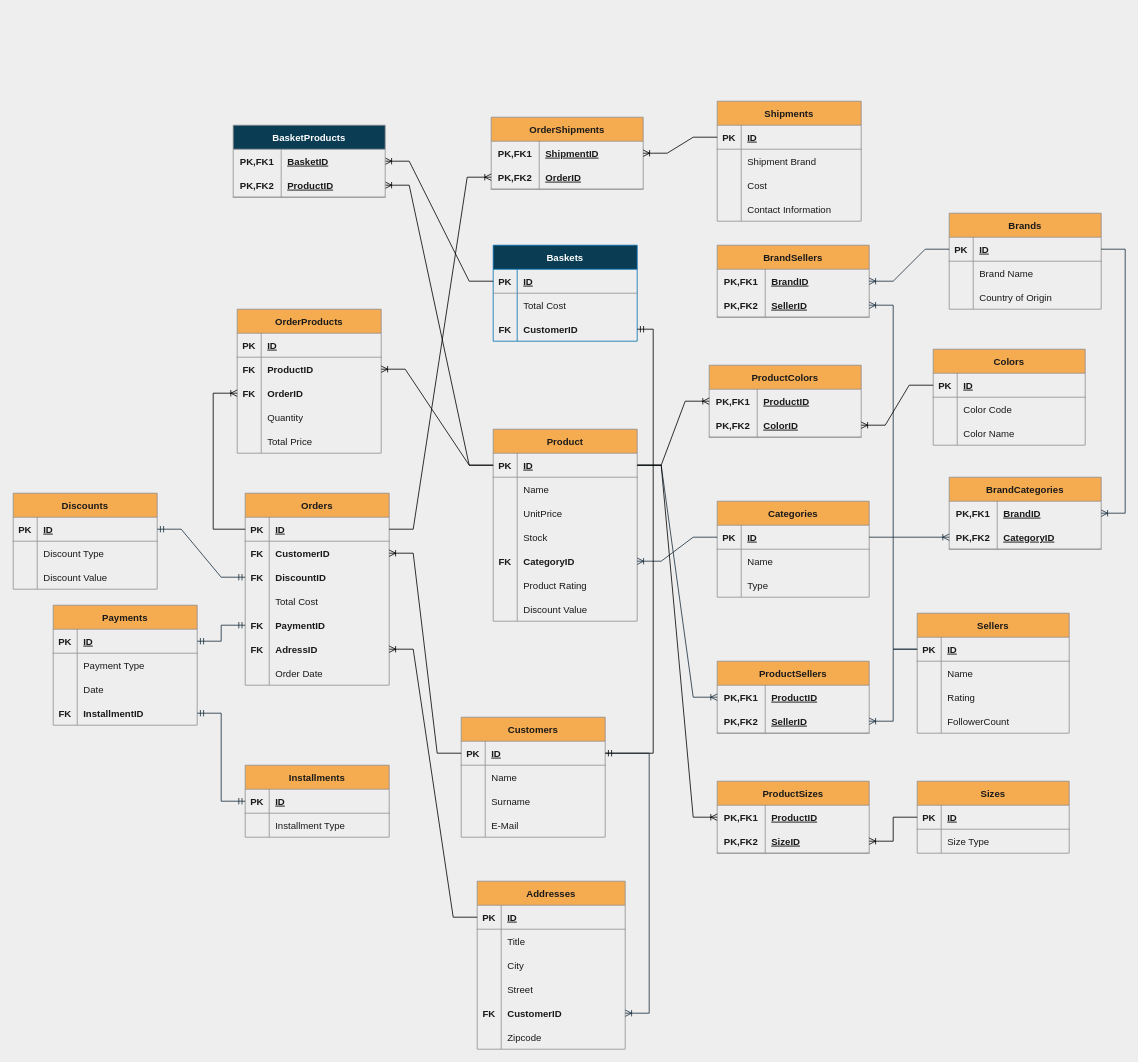
Above: page "Page-1" (1 of 2) of Pair4_ERdiagram.drawio in GGBebe/SQL (draw.io), before the change. Source tidied: cells renumbered, new cells numbered last; positions are measured from the earlier drawing's top-left corner, leaving out a move shared by most shapes. Both pictures are drawn from the tidied source at 80%, with x=0, y=0 at pixel (13, 101).
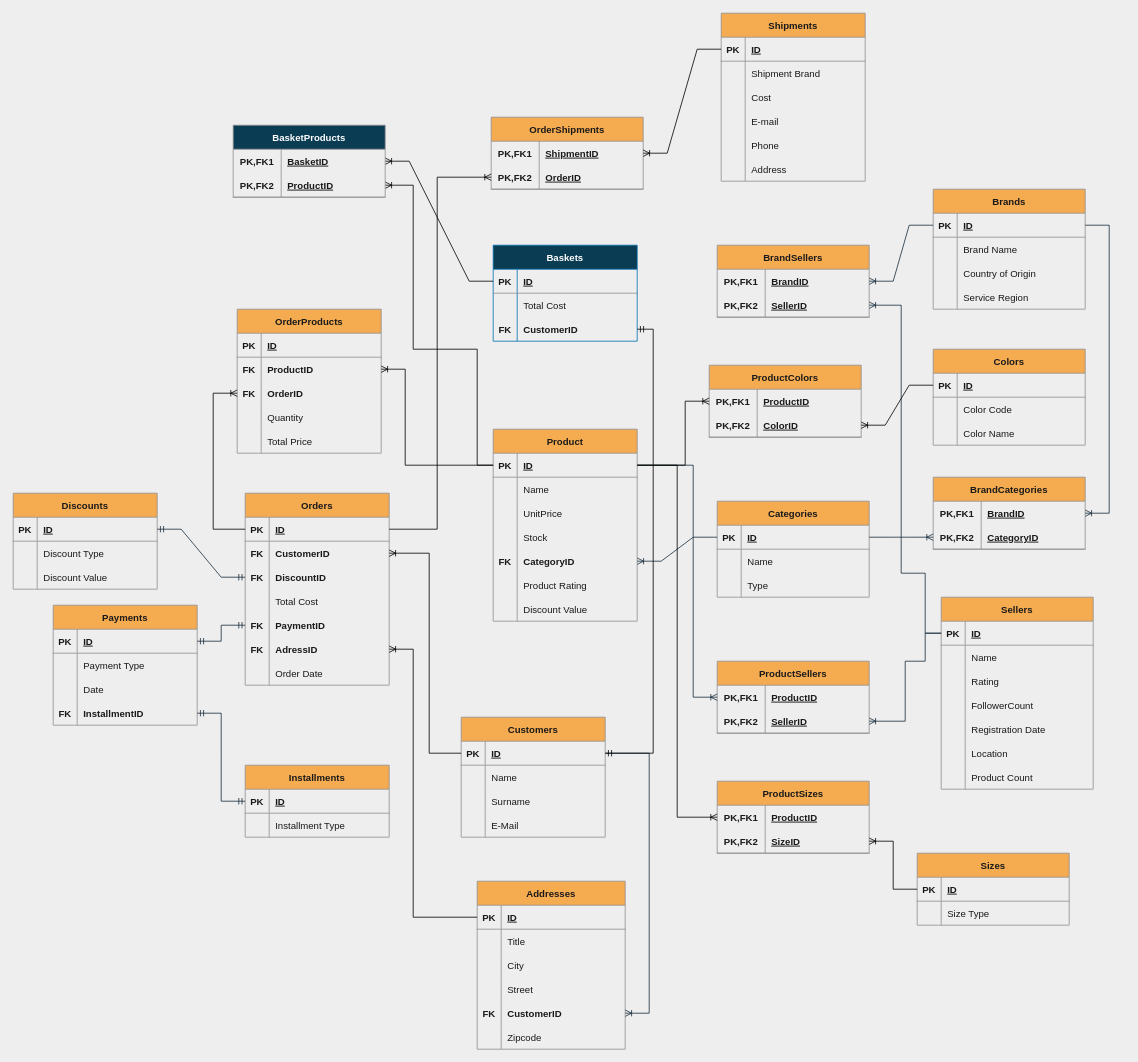
The same page after the edit.

Unchanged cells that the change refers to:
```xml
<mxCell id="3" style="shape=tableRow;horizontal=0;startSize=0;swimlaneHead=0;swimlaneBody=0;fillColor=none;points=[[0,0.5],[1,0.5]];portConstraint=eastwest;top=0;left=0;right=0;bottom=1;strokeColor=#909090;fontColor=#1A1A1A;" parent="2" vertex="1">
  <mxGeometry y="30" width="180" height="30" as="geometry" />
</mxCell>
<mxCell id="36" style="shape=tableRow;horizontal=0;startSize=0;swimlaneHead=0;swimlaneBody=0;fillColor=none;points=[[0,0.5],[1,0.5]];portConstraint=eastwest;top=0;left=0;right=0;bottom=1;strokeColor=#909090;fontColor=#1A1A1A;" parent="35" vertex="1">
  <mxGeometry y="30" width="180" height="30" as="geometry" />
</mxCell>
<mxCell id="49" style="shape=tableRow;horizontal=0;startSize=0;swimlaneHead=0;swimlaneBody=0;fillColor=none;points=[[0,0.5],[1,0.5]];portConstraint=eastwest;top=0;left=0;right=0;bottom=1;strokeColor=#909090;fontColor=#1A1A1A;" parent="48" vertex="1">
  <mxGeometry y="30" width="185" height="30" as="geometry" />
</mxCell>
<mxCell id="68" style="shape=tableRow;horizontal=0;startSize=0;swimlaneHead=0;swimlaneBody=0;fillColor=none;points=[[0,0.5],[1,0.5]];portConstraint=eastwest;top=0;left=0;right=0;bottom=0;strokeColor=#909090;fontColor=#1A1A1A;" parent="67" vertex="1">
  <mxGeometry y="30" width="190" height="30" as="geometry" />
</mxCell>
<mxCell id="71" style="shape=tableRow;horizontal=0;startSize=0;swimlaneHead=0;swimlaneBody=0;fillColor=none;points=[[0,0.5],[1,0.5]];portConstraint=eastwest;top=0;left=0;right=0;bottom=1;strokeColor=#909090;fontColor=#1A1A1A;" parent="67" vertex="1">
  <mxGeometry y="60" width="190" height="30" as="geometry" />
</mxCell>
<mxCell id="76" style="shape=tableRow;horizontal=0;startSize=0;swimlaneHead=0;swimlaneBody=0;fillColor=none;points=[[0,0.5],[1,0.5]];portConstraint=eastwest;top=0;left=0;right=0;bottom=1;strokeColor=#909090;fontColor=#1A1A1A;" parent="75" vertex="1">
  <mxGeometry y="30" width="190" height="30" as="geometry" />
</mxCell>
<mxCell id="101" style="shape=tableRow;horizontal=0;startSize=0;swimlaneHead=0;swimlaneBody=0;fillColor=none;points=[[0,0.5],[1,0.5]];portConstraint=eastwest;top=0;left=0;right=0;bottom=1;strokeColor=#909090;fontColor=#1A1A1A;" parent="100" vertex="1">
  <mxGeometry y="30" width="190" height="30" as="geometry" />
</mxCell>
<mxCell id="111" style="shape=tableRow;horizontal=0;startSize=0;swimlaneHead=0;swimlaneBody=0;fillColor=none;points=[[0,0.5],[1,0.5]];portConstraint=eastwest;top=0;left=0;right=0;bottom=0;strokeColor=#909090;fontColor=#1A1A1A;" parent="110" vertex="1">
  <mxGeometry y="30" width="190" height="30" as="geometry" />
</mxCell>
<mxCell id="123" style="shape=tableRow;horizontal=0;startSize=0;swimlaneHead=0;swimlaneBody=0;fillColor=none;points=[[0,0.5],[1,0.5]];portConstraint=eastwest;top=0;left=0;right=0;bottom=1;strokeColor=#909090;fontColor=#1A1A1A;" parent="119" vertex="1">
  <mxGeometry y="60" width="190" height="30" as="geometry" />
</mxCell>
<mxCell id="138" style="shape=tableRow;horizontal=0;startSize=0;swimlaneHead=0;swimlaneBody=0;fillColor=none;top=0;left=0;right=0;bottom=0;strokeColor=#909090;fontColor=#1A1A1A;" parent="128" vertex="1">
  <mxGeometry y="120" width="180" height="30" as="geometry" />
</mxCell>
<mxCell id="142" style="shape=tableRow;horizontal=0;startSize=0;swimlaneHead=0;swimlaneBody=0;fillColor=none;points=[[0,0.5],[1,0.5]];portConstraint=eastwest;top=0;left=0;right=0;bottom=1;strokeColor=#909090;fontColor=#1A1A1A;" parent="141" vertex="1">
  <mxGeometry y="30" width="180" height="30" as="geometry" />
</mxCell>
<mxCell id="145" style="shape=tableRow;horizontal=0;startSize=0;swimlaneHead=0;swimlaneBody=0;fillColor=none;points=[[0,0.5],[1,0.5]];portConstraint=eastwest;top=0;left=0;right=0;bottom=0;strokeColor=#909090;fontColor=#1A1A1A;" parent="141" vertex="1">
  <mxGeometry y="60" width="180" height="30" as="geometry" />
</mxCell>
<mxCell id="157" style="shape=tableRow;horizontal=0;startSize=0;swimlaneHead=0;swimlaneBody=0;fillColor=none;points=[[0,0.5],[1,0.5]];portConstraint=eastwest;top=0;left=0;right=0;bottom=0;strokeColor=#909090;fontColor=#1A1A1A;" parent="141" vertex="1">
  <mxGeometry y="180" width="180" height="30" as="geometry" />
</mxCell>
<mxCell id="201" style="shape=tableRow;horizontal=0;startSize=0;swimlaneHead=0;swimlaneBody=0;fillColor=none;points=[[0,0.5],[1,0.5]];portConstraint=eastwest;top=0;left=0;right=0;bottom=0;strokeColor=#909090;fontColor=#1A1A1A;" parent="197" vertex="1">
  <mxGeometry y="60" width="180" height="30" as="geometry" />
</mxCell>
<mxCell id="216" style="shape=tableRow;horizontal=0;startSize=0;swimlaneHead=0;swimlaneBody=0;fillColor=none;points=[[0,0.5],[1,0.5]];portConstraint=eastwest;top=0;left=0;right=0;bottom=0;strokeColor=#909090;fontColor=#1A1A1A;" parent="215" vertex="1">
  <mxGeometry y="30" width="190" height="30" as="geometry" />
</mxCell>
<mxCell id="232" style="shape=tableRow;horizontal=0;startSize=0;swimlaneHead=0;swimlaneBody=0;fillColor=none;points=[[0,0.5],[1,0.5]];portConstraint=eastwest;top=0;left=0;right=0;bottom=0;strokeColor=#909090;fontColor=#1A1A1A;" parent="231" vertex="1">
  <mxGeometry y="30" width="190" height="30" as="geometry" />
</mxCell>
<mxCell id="244" style="shape=tableRow;horizontal=0;startSize=0;swimlaneHead=0;swimlaneBody=0;fillColor=none;points=[[0,0.5],[1,0.5]];portConstraint=eastwest;top=0;left=0;right=0;bottom=1;strokeColor=#909090;fontColor=#1A1A1A;" parent="240" vertex="1">
  <mxGeometry y="60" width="190" height="30" as="geometry" />
</mxCell>
<mxCell id="267" style="shape=tableRow;horizontal=0;startSize=0;swimlaneHead=0;swimlaneBody=0;fillColor=none;points=[[0,0.5],[1,0.5]];portConstraint=eastwest;top=0;left=0;right=0;bottom=1;strokeColor=#909090;fontColor=#1A1A1A;" parent="263" vertex="1">
  <mxGeometry y="60" width="190" height="30" as="geometry" />
</mxCell>
```

What changed in the source:
```diff
@@
-    <mxCell id="74" style="edgeStyle=entityRelationEdgeStyle;fontSize=12;html=1;endArrow=ERoneToMany;rounded=0;entryX=0;entryY=0.5;entryDx=0;entryDy=0;exitX=1;exitY=0.5;exitDx=0;exitDy=0;labelBackgroundColor=#EEEEEE;strokeColor=#182E3E;fontColor=#1A1A1A;" parent="1" edge="1" source="3" target="68">
-      <mxGeometry relative="1" as="geometry" />
+    <mxCell id="74" style="edgeStyle=orthogonalEdgeStyle;fontSize=12;html=1;endArrow=ERoneToMany;rounded=0;entryX=0;entryY=0.5;entryDx=0;entryDy=0;exitX=1;exitY=0.5;exitDx=0;exitDy=0;labelBackgroundColor=#EEEEEE;strokeColor=#182E3E;fontColor=#1A1A1A;" parent="1" edge="1" source="3" target="68">
+      <mxGeometry relative="1" as="geometry">
+        <Array as="points">
+          <mxPoint x="850" y="455" />
+          <mxPoint x="850" y="745" />
+        </Array>
+      </mxGeometry>
     </mxCell>
     <mxCell id="75" value="Sellers" style="shape=table;startSize=30;childLayout=tableLayout;rowLines=0;fontStyle=1;align=center;fillColor=#F5AB50;strokeColor=#909090;fontColor=#1A1A1A;" parent="1" vertex="1">
-      <mxGeometry x="1130" y="640" width="190" height="150" as="geometry" />
+      <mxGeometry x="1160" y="620" width="190" height="240" as="geometry" />
     </mxCell>
@@
+    <mxCell id="270" style="shape=tableRow;horizontal=0;startSize=0;swimlaneHead=0;swimlaneBody=0;fillColor=none;top=0;left=0;right=0;bottom=0;strokeColor=#909090;fontColor=#1A1A1A;" parent="75" vertex="1">
+      <mxGeometry y="150" width="190" height="30" as="geometry" />
+    </mxCell>
+    <mxCell id="271" style="shape=partialRectangle;fillColor=none;top=0;left=0;bottom=0;right=0;overflow=hidden;strokeColor=#909090;fontColor=#1A1A1A;" parent="270" vertex="1">
+      <mxGeometry width="30" height="30" as="geometry" />
+    </mxCell>
+    <mxCell id="272" value="Registration Date" style="shape=partialRectangle;fillColor=none;top=0;left=0;bottom=0;right=0;align=left;spacingLeft=6;overflow=hidden;strokeColor=#909090;fontColor=#1A1A1A;" parent="270" vertex="1">
+      <mxGeometry x="30" width="160" height="30" as="geometry" />
+    </mxCell>
+    <mxCell id="273" style="shape=tableRow;horizontal=0;startSize=0;swimlaneHead=0;swimlaneBody=0;fillColor=none;top=0;left=0;right=0;bottom=0;strokeColor=#909090;fontColor=#1A1A1A;" parent="75" vertex="1">
+      <mxGeometry y="180" width="190" height="30" as="geometry" />
+    </mxCell>
+    <mxCell id="274" style="shape=partialRectangle;fillColor=none;top=0;left=0;bottom=0;right=0;overflow=hidden;strokeColor=#909090;fontColor=#1A1A1A;" parent="273" vertex="1">
+      <mxGeometry width="30" height="30" as="geometry" />
+    </mxCell>
+    <mxCell id="275" value="Location" style="shape=partialRectangle;fillColor=none;top=0;left=0;bottom=0;right=0;align=left;spacingLeft=6;overflow=hidden;strokeColor=#909090;fontColor=#1A1A1A;" parent="273" vertex="1">
+      <mxGeometry x="30" width="160" height="30" as="geometry" />
+    </mxCell>
+    <mxCell id="276" style="shape=tableRow;horizontal=0;startSize=0;swimlaneHead=0;swimlaneBody=0;fillColor=none;top=0;left=0;right=0;bottom=0;strokeColor=#909090;fontColor=#1A1A1A;" parent="75" vertex="1">
+      <mxGeometry y="210" width="190" height="30" as="geometry" />
+    </mxCell>
+    <mxCell id="277" style="shape=partialRectangle;fillColor=none;top=0;left=0;bottom=0;right=0;overflow=hidden;strokeColor=#909090;fontColor=#1A1A1A;" parent="276" vertex="1">
+      <mxGeometry width="30" height="30" as="geometry" />
+    </mxCell>
+    <mxCell id="278" value="Product Count" style="shape=partialRectangle;fillColor=none;top=0;left=0;bottom=0;right=0;align=left;spacingLeft=6;overflow=hidden;strokeColor=#909090;fontColor=#1A1A1A;" parent="276" vertex="1">
+      <mxGeometry x="30" width="160" height="30" as="geometry" />
+    </mxCell>
-    <mxCell id="88" style="edgeStyle=entityRelationEdgeStyle;fontSize=12;html=1;endArrow=ERoneToMany;rounded=0;entryX=1;entryY=0.5;entryDx=0;entryDy=0;labelBackgroundColor=#EEEEEE;strokeColor=#182E3E;fontColor=#1A1A1A;" parent="1" edge="1" source="76" target="71">
-      <mxGeometry relative="1" as="geometry" />
+    <mxCell id="88" style="edgeStyle=orthogonalEdgeStyle;fontSize=12;html=1;endArrow=ERoneToMany;rounded=0;entryX=1;entryY=0.5;entryDx=0;entryDy=0;labelBackgroundColor=#EEEEEE;strokeColor=#182E3E;fontColor=#1A1A1A;" parent="1" edge="1" source="76" target="71">
+      <mxGeometry relative="1" as="geometry">
+        <Array as="points">
+          <mxPoint x="1140" y="665" />
+          <mxPoint x="1140" y="700" />
+          <mxPoint x="1115" y="700" />
+          <mxPoint x="1115" y="775" />
+        </Array>
+      </mxGeometry>
     </mxCell>
@@
     <mxCell id="100" value="Brands" style="shape=table;startSize=30;childLayout=tableLayout;rowLines=0;fontStyle=1;align=center;fillColor=#F5AB50;strokeColor=#909090;fontColor=#1A1A1A;" parent="1" vertex="1">
-      <mxGeometry x="1170" y="140" width="190" height="120" as="geometry" />
+      <mxGeometry x="1150" y="110" width="190" height="150" as="geometry" />
     </mxCell>
@@
+    <mxCell id="279" style="shape=tableRow;horizontal=0;startSize=0;swimlaneHead=0;swimlaneBody=0;fillColor=none;top=0;left=0;right=0;bottom=0;strokeColor=#909090;fontColor=#1A1A1A;" parent="100" vertex="1">
+      <mxGeometry y="120" width="190" height="30" as="geometry" />
+    </mxCell>
+    <mxCell id="280" style="shape=partialRectangle;fillColor=none;top=0;left=0;bottom=0;right=0;overflow=hidden;strokeColor=#909090;fontColor=#1A1A1A;" parent="279" vertex="1">
+      <mxGeometry width="30" height="30" as="geometry" />
+    </mxCell>
+    <mxCell id="281" value="Service Region" style="shape=partialRectangle;fillColor=none;top=0;left=0;bottom=0;right=0;align=left;spacingLeft=6;overflow=hidden;strokeColor=#909090;fontColor=#1A1A1A;" parent="279" vertex="1">
+      <mxGeometry x="30" width="160" height="30" as="geometry" />
+    </mxCell>
     <mxCell id="110" value="BrandCategories" style="shape=table;startSize=30;childLayout=tableLayout;rowLines=0;fontStyle=1;align=center;fillColor=#F5AB50;strokeColor=#909090;fontColor=#1A1A1A;" parent="1" vertex="1">
-      <mxGeometry x="1170" y="470" width="190" height="90" as="geometry" />
+      <mxGeometry x="1150" y="470" width="190" height="90" as="geometry" />
     </mxCell>
@@
-    <mxCell id="117" style="edgeStyle=entityRelationEdgeStyle;fontSize=12;html=1;endArrow=ERoneToMany;rounded=0;exitX=1;exitY=0.5;exitDx=0;exitDy=0;entryX=1;entryY=0.5;entryDx=0;entryDy=0;labelBackgroundColor=#EEEEEE;strokeColor=#182E3E;fontColor=#1A1A1A;" parent="1" edge="1" source="101" target="111">
-      <mxGeometry relative="1" as="geometry" />
+    <mxCell id="117" style="edgeStyle=elbowEdgeStyle;fontSize=12;html=1;endArrow=ERoneToMany;rounded=0;exitX=1;exitY=0.5;exitDx=0;exitDy=0;entryX=1;entryY=0.5;entryDx=0;entryDy=0;labelBackgroundColor=#EEEEEE;strokeColor=#182E3E;fontColor=#1A1A1A;" parent="1" edge="1" source="101" target="111">
+      <mxGeometry relative="1" as="geometry">
+        <Array as="points">
+          <mxPoint x="1370" y="330" />
+        </Array>
+      </mxGeometry>
     </mxCell>
@@
-    <mxCell id="127" style="edgeStyle=entityRelationEdgeStyle;fontSize=12;html=1;endArrow=ERoneToMany;rounded=0;entryX=1;entryY=0.5;entryDx=0;entryDy=0;labelBackgroundColor=#EEEEEE;strokeColor=#182E3E;fontColor=#1A1A1A;" parent="1" edge="1" source="76" target="123">
-      <mxGeometry relative="1" as="geometry" />
+    <mxCell id="127" style="edgeStyle=orthogonalEdgeStyle;fontSize=12;html=1;endArrow=ERoneToMany;rounded=0;entryX=1;entryY=0.5;entryDx=0;entryDy=0;labelBackgroundColor=#EEEEEE;strokeColor=#182E3E;fontColor=#1A1A1A;" parent="1" edge="1" source="76" target="123">
+      <mxGeometry relative="1" as="geometry">
+        <Array as="points">
+          <mxPoint x="1140" y="665" />
+          <mxPoint x="1140" y="590" />
+          <mxPoint x="1110" y="590" />
+          <mxPoint x="1110" y="255" />
+        </Array>
+      </mxGeometry>
     </mxCell>
     <mxCell id="128" value="Shipments" style="shape=table;startSize=30;childLayout=tableLayout;rowLines=0;fontStyle=1;align=center;fillColor=#F5AB50;strokeColor=#909090;fontColor=#1A1A1A;" parent="1" vertex="1">
-      <mxGeometry x="880" width="180" height="150" as="geometry" />
+      <mxGeometry x="885" y="-110" width="180" height="210" as="geometry" />
     </mxCell>
@@
-    <mxCell id="140" value="Contact Information" style="shape=partialRectangle;fillColor=none;top=0;left=0;bottom=0;right=0;align=left;spacingLeft=6;overflow=hidden;strokeColor=#909090;fontColor=#1A1A1A;" parent="138" vertex="1">
+    <mxCell id="140" value="E-mail" style="shape=partialRectangle;fillColor=none;top=0;left=0;bottom=0;right=0;align=left;spacingLeft=6;overflow=hidden;strokeColor=#909090;fontColor=#1A1A1A;" parent="138" vertex="1">
       <mxGeometry x="30" width="150" height="30" as="geometry" />
     </mxCell>
+    <mxCell id="282" style="shape=tableRow;horizontal=0;startSize=0;swimlaneHead=0;swimlaneBody=0;fillColor=none;top=0;left=0;right=0;bottom=0;strokeColor=#909090;fontColor=#1A1A1A;" parent="128" vertex="1">
+      <mxGeometry y="150" width="180" height="30" as="geometry" />
+    </mxCell>
+    <mxCell id="283" style="shape=partialRectangle;fillColor=none;top=0;left=0;bottom=0;right=0;overflow=hidden;strokeColor=#909090;fontColor=#1A1A1A;" parent="282" vertex="1">
+      <mxGeometry width="30" height="30" as="geometry" />
+    </mxCell>
+    <mxCell id="284" value="Phone" style="shape=partialRectangle;fillColor=none;top=0;left=0;bottom=0;right=0;align=left;spacingLeft=6;overflow=hidden;strokeColor=#909090;fontColor=#1A1A1A;" parent="282" vertex="1">
+      <mxGeometry x="30" width="150" height="30" as="geometry" />
+    </mxCell>
+    <mxCell id="285" style="shape=tableRow;horizontal=0;startSize=0;swimlaneHead=0;swimlaneBody=0;fillColor=none;top=0;left=0;right=0;bottom=0;strokeColor=#909090;fontColor=#1A1A1A;" parent="128" vertex="1">
+      <mxGeometry y="180" width="180" height="30" as="geometry" />
+    </mxCell>
+    <mxCell id="286" style="shape=partialRectangle;fillColor=none;top=0;left=0;bottom=0;right=0;overflow=hidden;strokeColor=#909090;fontColor=#1A1A1A;" parent="285" vertex="1">
+      <mxGeometry width="30" height="30" as="geometry" />
+    </mxCell>
+    <mxCell id="287" value="Address" style="shape=partialRectangle;fillColor=none;top=0;left=0;bottom=0;right=0;align=left;spacingLeft=6;overflow=hidden;strokeColor=#909090;fontColor=#1A1A1A;" parent="285" vertex="1">
+      <mxGeometry x="30" width="150" height="30" as="geometry" />
+    </mxCell>
@@
-    <mxCell id="196" style="edgeStyle=entityRelationEdgeStyle;fontSize=12;html=1;endArrow=ERoneToMany;rounded=0;entryX=1;entryY=0.5;entryDx=0;entryDy=0;exitX=0;exitY=0.5;exitDx=0;exitDy=0;" parent="1" edge="1" source="36" target="145">
-      <mxGeometry relative="1" as="geometry" />
+    <mxCell id="196" style="edgeStyle=orthogonalEdgeStyle;fontSize=12;html=1;endArrow=ERoneToMany;rounded=0;entryX=1;entryY=0.5;entryDx=0;entryDy=0;exitX=0;exitY=0.5;exitDx=0;exitDy=0;" parent="1" edge="1" source="36" target="145">
+      <mxGeometry relative="1" as="geometry">
+        <Array as="points">
+          <mxPoint x="520" y="815" />
+          <mxPoint x="520" y="565" />
+        </Array>
+      </mxGeometry>
     </mxCell>
@@
-    <mxCell id="213" style="edgeStyle=entityRelationEdgeStyle;fontSize=12;html=1;endArrow=ERoneToMany;rounded=0;exitX=0;exitY=0.5;exitDx=0;exitDy=0;" parent="1" edge="1" source="49" target="157">
-      <mxGeometry relative="1" as="geometry" />
+    <mxCell id="213" style="edgeStyle=orthogonalEdgeStyle;fontSize=12;html=1;endArrow=ERoneToMany;rounded=0;exitX=0;exitY=0.5;exitDx=0;exitDy=0;" parent="1" edge="1" source="49" target="157">
+      <mxGeometry relative="1" as="geometry">
+        <Array as="points">
+          <mxPoint x="500" y="1020" />
+          <mxPoint x="500" y="685" />
+        </Array>
+      </mxGeometry>
     </mxCell>
-    <mxCell id="214" style="edgeStyle=entityRelationEdgeStyle;fontSize=12;html=1;endArrow=ERoneToMany;rounded=0;entryX=1;entryY=0.5;entryDx=0;entryDy=0;exitX=0;exitY=0.5;exitDx=0;exitDy=0;" parent="1" edge="1" source="3" target="201">
-      <mxGeometry relative="1" as="geometry" />
+    <mxCell id="214" style="edgeStyle=orthogonalEdgeStyle;fontSize=12;html=1;endArrow=ERoneToMany;rounded=0;entryX=1;entryY=0.5;entryDx=0;entryDy=0;exitX=0;exitY=0.5;exitDx=0;exitDy=0;" parent="1" edge="1" source="3" target="201">
+      <mxGeometry relative="1" as="geometry">
+        <Array as="points">
+          <mxPoint x="490" y="455" />
+          <mxPoint x="490" y="335" />
+        </Array>
+      </mxGeometry>
     </mxCell>
@@
-    <mxCell id="223" style="edgeStyle=entityRelationEdgeStyle;fontSize=12;html=1;endArrow=ERoneToMany;rounded=0;exitX=1;exitY=0.5;exitDx=0;exitDy=0;entryX=0;entryY=0.5;entryDx=0;entryDy=0;" parent="1" edge="1" source="3" target="216">
-      <mxGeometry relative="1" as="geometry" />
+    <mxCell id="223" style="edgeStyle=orthogonalEdgeStyle;fontSize=12;html=1;endArrow=ERoneToMany;rounded=0;exitX=1;exitY=0.5;exitDx=0;exitDy=0;entryX=0;entryY=0.5;entryDx=0;entryDy=0;" parent="1" edge="1" source="3" target="216">
+      <mxGeometry relative="1" as="geometry">
+        <Array as="points">
+          <mxPoint x="840" y="455" />
+          <mxPoint x="840" y="375" />
+        </Array>
+      </mxGeometry>
     </mxCell>
     <mxCell id="224" value="Sizes" style="shape=table;startSize=30;childLayout=tableLayout;rowLines=0;fontStyle=1;align=center;fillColor=#F5AB50;strokeColor=#909090;fontColor=#1A1A1A;" parent="1" vertex="1">
-      <mxGeometry x="1130" y="850" width="190" height="90" as="geometry" />
+      <mxGeometry x="1130" y="940" width="190" height="90" as="geometry" />
     </mxCell>
@@
-    <mxCell id="238" style="edgeStyle=entityRelationEdgeStyle;fontSize=12;html=1;endArrow=ERoneToMany;rounded=0;entryX=0;entryY=0.5;entryDx=0;entryDy=0;exitX=1;exitY=0.5;exitDx=0;exitDy=0;" parent="1" edge="1" source="3" target="232">
-      <mxGeometry relative="1" as="geometry" />
+    <mxCell id="238" style="edgeStyle=orthogonalEdgeStyle;fontSize=12;html=1;endArrow=ERoneToMany;rounded=0;entryX=0;entryY=0.5;entryDx=0;entryDy=0;exitX=1;exitY=0.5;exitDx=0;exitDy=0;" parent="1" edge="1" source="3" target="232">
+      <mxGeometry relative="1" as="geometry">
+        <Array as="points">
+          <mxPoint x="830" y="455" />
+          <mxPoint x="830" y="895" />
+        </Array>
+      </mxGeometry>
     </mxCell>
@@
-    <mxCell id="248" style="edgeStyle=entityRelationEdgeStyle;fontSize=12;html=1;endArrow=ERoneToMany;rounded=0;entryX=0;entryY=0.5;entryDx=0;entryDy=0;exitX=1;exitY=0.5;exitDx=0;exitDy=0;" parent="1" edge="1" source="142" target="244">
-      <mxGeometry relative="1" as="geometry" />
+    <mxCell id="248" style="edgeStyle=orthogonalEdgeStyle;fontSize=12;html=1;endArrow=ERoneToMany;rounded=0;entryX=0;entryY=0.5;entryDx=0;entryDy=0;exitX=1;exitY=0.5;exitDx=0;exitDy=0;" parent="1" edge="1" source="142" target="244">
+      <mxGeometry relative="1" as="geometry">
+        <Array as="points">
+          <mxPoint x="530" y="535" />
+          <mxPoint x="530" y="95" />
+        </Array>
+      </mxGeometry>
     </mxCell>
@@
-    <mxCell id="262" style="edgeStyle=entityRelationEdgeStyle;fontSize=12;html=1;endArrow=ERoneToMany;rounded=0;entryX=1;entryY=0.5;entryDx=0;entryDy=0;exitX=0;exitY=0.5;exitDx=0;exitDy=0;" parent="1" edge="1" source="3" target="267">
-      <mxGeometry relative="1" as="geometry" />
+    <mxCell id="262" style="edgeStyle=orthogonalEdgeStyle;fontSize=12;html=1;endArrow=ERoneToMany;rounded=0;entryX=1;entryY=0.5;entryDx=0;entryDy=0;exitX=0;exitY=0.5;exitDx=0;exitDy=0;" parent="1" edge="1" source="3" target="267">
+      <mxGeometry relative="1" as="geometry">
+        <Array as="points">
+          <mxPoint x="580" y="455" />
+          <mxPoint x="580" y="310" />
+          <mxPoint x="500" y="310" />
+          <mxPoint x="500" y="105" />
+        </Array>
+      </mxGeometry>
     </mxCell>
```
